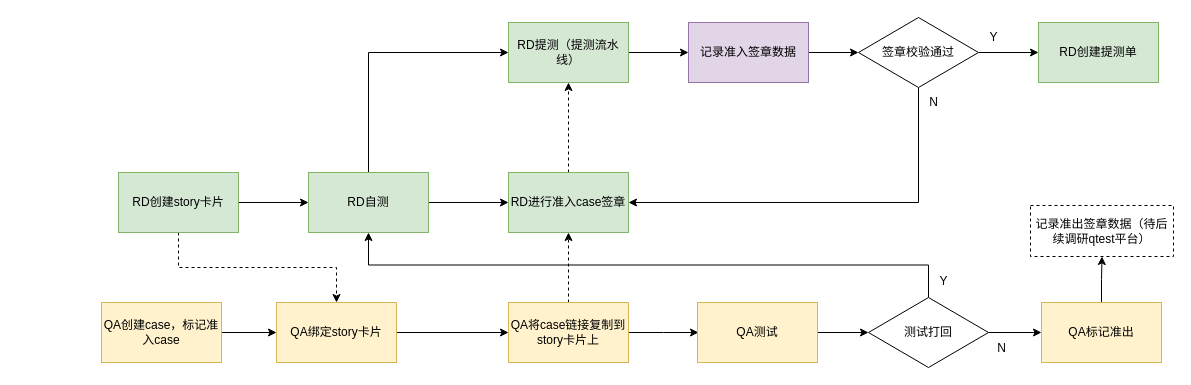
This is src/main/未命名绘图.drawio from ctyhm/ctTest, a draw.io file, before an edit. Source tidied: cells renumbered, new cells numbered last; positions are measured from the earlier drawing's top-left corner, leaving out a move shared by most shapes. Both pictures are drawn from the tidied source at 100%, with x=0, y=0 at pixel (101, 17).
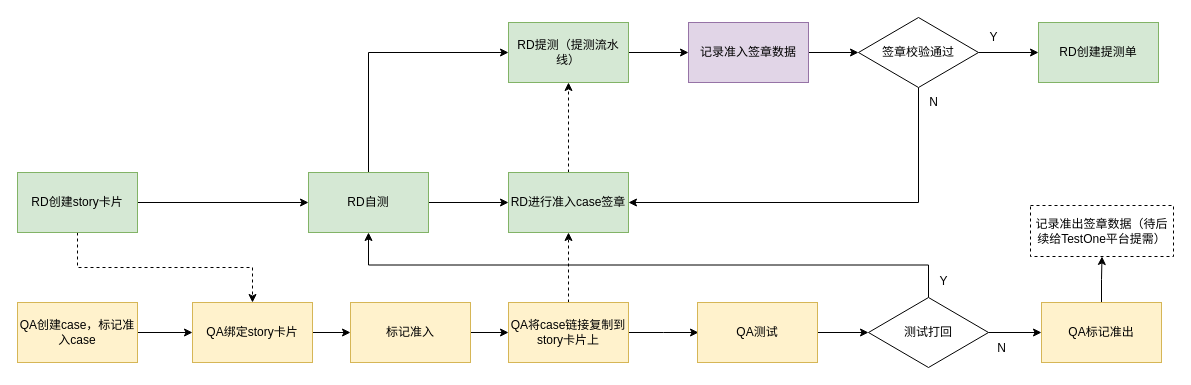
The same page after the edit.

Commit message:
更新未命名绘图.drawio

The change refers to these unchanged cells:
```xml
<mxCell id="14" value="QA将case链接复制到story卡片上" style="rounded=0;whiteSpace=wrap;html=1;fillColor=#fff2cc;strokeColor=#d6b656;" parent="1" vertex="1">
  <mxGeometry x="407" y="285" width="120" height="60" as="geometry" />
</mxCell>
```

What changed in the source:
```diff
@@
     <mxCell id="4" value="RD创建story卡片" style="rounded=0;whiteSpace=wrap;html=1;fillColor=#d5e8d4;strokeColor=#82b366;" parent="1" vertex="1">
-      <mxGeometry x="17" y="155" width="120" height="60" as="geometry" />
+      <mxGeometry x="-84" y="155" width="120" height="60" as="geometry" />
     </mxCell>
@@
     <mxCell id="6" value="QA创建case，标记准入case" style="rounded=0;whiteSpace=wrap;html=1;fillColor=#fff2cc;strokeColor=#d6b656;" parent="1" vertex="1">
-      <mxGeometry y="285" width="120" height="60" as="geometry" />
+      <mxGeometry x="-84" y="285" width="120" height="60" as="geometry" />
     </mxCell>
-    <mxCell id="7" style="edgeStyle=orthogonalEdgeStyle;rounded=0;jettySize=auto;html=1;exitX=1;exitY=0.5;exitDx=0;exitDy=0;entryX=0;entryY=0.5;entryDx=0;entryDy=0;" parent="1" edge="1" source="8" target="14">
+    <mxCell id="7" style="edgeStyle=orthogonalEdgeStyle;rounded=0;jettySize=auto;html=1;exitX=1;exitY=0.5;exitDx=0;exitDy=0;entryX=0;entryY=0.5;entryDx=0;entryDy=0;" parent="1" edge="1" source="8" target="38">
       <mxGeometry relative="1" as="geometry" />
     </mxCell>
     <mxCell id="8" value="QA绑定story卡片" style="rounded=0;whiteSpace=wrap;html=1;fillColor=#fff2cc;strokeColor=#d6b656;" parent="1" vertex="1">
-      <mxGeometry x="175" y="285" width="120" height="60" as="geometry" />
+      <mxGeometry x="91" y="285" width="120" height="60" as="geometry" />
     </mxCell>
@@
-    <mxCell id="29" value="记录准出签章数据（待后续调研qtest平台）" style="rounded=0;whiteSpace=wrap;html=1;dashed=1;" parent="1" vertex="1">
+    <mxCell id="29" value="记录准出签章数据（待后续给TestOne平台提需）" style="rounded=0;whiteSpace=wrap;html=1;dashed=1;" parent="1" vertex="1">
       <mxGeometry x="929" y="188" width="143" height="51" as="geometry" />
     </mxCell>
@@
+    <mxCell id="37" style="edgeStyle=orthogonalEdgeStyle;rounded=0;jettySize=auto;html=1;exitX=1;exitY=0.5;exitDx=0;exitDy=0;entryX=0;entryY=0.5;entryDx=0;entryDy=0;" parent="1" edge="1" source="38" target="14">
+      <mxGeometry relative="1" as="geometry" />
+    </mxCell>
+    <mxCell id="38" value="标记准入" style="rounded=0;whiteSpace=wrap;html=1;fillColor=#fff2cc;strokeColor=#d6b656;" parent="1" vertex="1">
+      <mxGeometry x="249" y="285" width="120" height="60" as="geometry" />
+    </mxCell>
```
